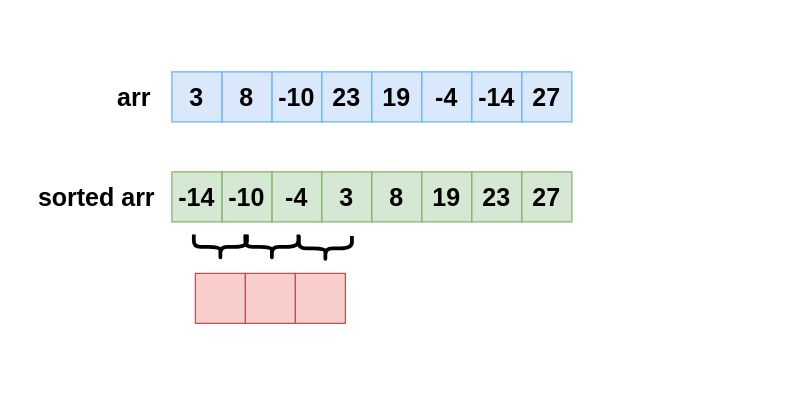
Above: page "3pass_1" (1 of 18) of 1200.drawio in bakerston/Algorithm (draw.io), before the change. Source tidied: cells renumbered, new cells numbered last; positions are measured from the earlier drawing's top-left corner, leaving out a move shared by most shapes. Both pictures are drawn from the tidied source at 125%, with x=0, y=0 at pixel (34, 71).
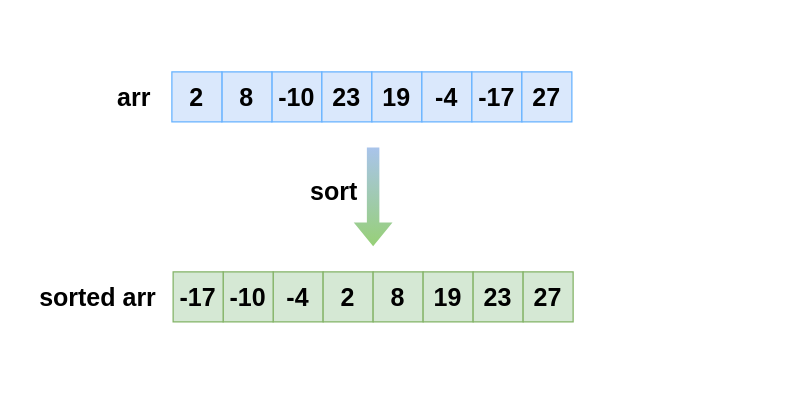
After the change.

The edit, as a diff of the source:
```diff
@@
+    <mxCell id="42" style="rounded=0;whiteSpace=wrap;html=1;dashed=1;labelBackgroundColor=#B9E0A5;fontSize=20;strokeColor=none;" parent="1" vertex="1">
+      <mxGeometry x="-10" y="-40" width="600" height="300" as="geometry" />
+    </mxCell>
@@
-    <mxCell id="8" value="&lt;b&gt;&lt;font style=&quot;font-size: 20px&quot;&gt;3&lt;/font&gt;&lt;/b&gt;" style="text;html=1;strokeColor=none;fillColor=none;align=center;verticalAlign=middle;whiteSpace=wrap;rounded=0;" parent="1" vertex="1">
+    <mxCell id="8" value="&lt;b&gt;&lt;font style=&quot;font-size: 20px&quot;&gt;2&lt;/font&gt;&lt;/b&gt;" style="text;html=1;strokeColor=none;fillColor=none;align=center;verticalAlign=middle;whiteSpace=wrap;rounded=0;" parent="1" vertex="1">
       <mxGeometry x="100" y="5" width="60" height="30" as="geometry" />
     </mxCell>
@@
-    <mxCell id="16" value="&lt;b&gt;&lt;font style=&quot;font-size: 20px&quot;&gt;-14&lt;/font&gt;&lt;/b&gt;" style="text;html=1;strokeColor=none;fillColor=none;align=center;verticalAlign=middle;whiteSpace=wrap;rounded=0;" parent="1" vertex="1">
+    <mxCell id="16" value="&lt;b&gt;&lt;font style=&quot;font-size: 20px&quot;&gt;-17&lt;/font&gt;&lt;/b&gt;" style="text;html=1;strokeColor=none;fillColor=none;align=center;verticalAlign=middle;whiteSpace=wrap;rounded=0;" parent="1" vertex="1">
       <mxGeometry x="340" y="5" width="60" height="30" as="geometry" />
     </mxCell>
@@
     <mxCell id="18" style="rounded=0;whiteSpace=wrap;html=1;strokeColor=#82b366;fillColor=#d5e8d4;" parent="1" vertex="1">
-      <mxGeometry x="190" y="80" width="40" height="40" as="geometry" />
+      <mxGeometry x="191" y="160" width="40" height="40" as="geometry" />
     </mxCell>
     <mxCell id="19" style="rounded=0;whiteSpace=wrap;html=1;fillColor=#d5e8d4;strokeColor=#82b366;" parent="1" vertex="1">
-      <mxGeometry x="150" y="80" width="40" height="40" as="geometry" />
+      <mxGeometry x="151" y="160" width="40" height="40" as="geometry" />
     </mxCell>
     <mxCell id="20" style="rounded=0;whiteSpace=wrap;html=1;fillColor=#d5e8d4;strokeColor=#82b366;" parent="1" vertex="1">
-      <mxGeometry x="110" y="80" width="40" height="40" as="geometry" />
+      <mxGeometry x="111" y="160" width="40" height="40" as="geometry" />
     </mxCell>
     <mxCell id="21" style="rounded=0;whiteSpace=wrap;html=1;strokeColor=#82b366;fillColor=#d5e8d4;" parent="1" vertex="1">
-      <mxGeometry x="230" y="80" width="40" height="40" as="geometry" />
+      <mxGeometry x="231" y="160" width="40" height="40" as="geometry" />
     </mxCell>
     <mxCell id="22" style="rounded=0;whiteSpace=wrap;html=1;strokeColor=#82b366;fillColor=#d5e8d4;" parent="1" vertex="1">
-      <mxGeometry x="270" y="80" width="40" height="40" as="geometry" />
+      <mxGeometry x="271" y="160" width="40" height="40" as="geometry" />
     </mxCell>
     <mxCell id="23" style="rounded=0;whiteSpace=wrap;html=1;strokeColor=#82b366;fillColor=#d5e8d4;" parent="1" vertex="1">
-      <mxGeometry x="310" y="80" width="40" height="40" as="geometry" />
+      <mxGeometry x="311" y="160" width="40" height="40" as="geometry" />
     </mxCell>
-    <mxCell id="24" value="&lt;b&gt;&lt;font style=&quot;font-size: 20px&quot;&gt;-14&lt;/font&gt;&lt;/b&gt;" style="text;html=1;strokeColor=none;fillColor=none;align=center;verticalAlign=middle;whiteSpace=wrap;rounded=0;" parent="1" vertex="1">
-      <mxGeometry x="100" y="85" width="60" height="30" as="geometry" />
+    <mxCell id="24" value="&lt;b&gt;&lt;font style=&quot;font-size: 20px&quot;&gt;-17&lt;/font&gt;&lt;/b&gt;" style="text;html=1;strokeColor=none;fillColor=none;align=center;verticalAlign=middle;whiteSpace=wrap;rounded=0;" parent="1" vertex="1">
+      <mxGeometry x="101" y="165" width="60" height="30" as="geometry" />
     </mxCell>
     <mxCell id="25" style="rounded=0;whiteSpace=wrap;html=1;strokeColor=#82b366;fillColor=#d5e8d4;" parent="1" vertex="1">
-      <mxGeometry x="350" y="80" width="40" height="40" as="geometry" />
+      <mxGeometry x="351" y="160" width="40" height="40" as="geometry" />
     </mxCell>
     <mxCell id="26" style="rounded=0;whiteSpace=wrap;html=1;strokeColor=#82b366;fillColor=#d5e8d4;" parent="1" vertex="1">
-      <mxGeometry x="390" y="80" width="40" height="40" as="geometry" />
+      <mxGeometry x="391" y="160" width="40" height="40" as="geometry" />
     </mxCell>
     <mxCell id="27" value="&lt;b&gt;&lt;font style=&quot;font-size: 20px&quot;&gt;-10&lt;/font&gt;&lt;/b&gt;" style="text;html=1;strokeColor=none;fillColor=none;align=center;verticalAlign=middle;whiteSpace=wrap;rounded=0;" parent="1" vertex="1">
-      <mxGeometry x="140" y="85" width="60" height="30" as="geometry" />
+      <mxGeometry x="141" y="165" width="60" height="30" as="geometry" />
     </mxCell>
     <mxCell id="28" value="&lt;b&gt;&lt;font style=&quot;font-size: 20px&quot;&gt;-4&lt;/font&gt;&lt;/b&gt;" style="text;html=1;strokeColor=none;fillColor=none;align=center;verticalAlign=middle;whiteSpace=wrap;rounded=0;" parent="1" vertex="1">
-      <mxGeometry x="180" y="85" width="60" height="30" as="geometry" />
+      <mxGeometry x="181" y="165" width="60" height="30" as="geometry" />
     </mxCell>
-    <mxCell id="29" value="&lt;b&gt;&lt;font style=&quot;font-size: 20px&quot;&gt;3&lt;/font&gt;&lt;/b&gt;" style="text;html=1;strokeColor=none;fillColor=none;align=center;verticalAlign=middle;whiteSpace=wrap;rounded=0;" parent="1" vertex="1">
-      <mxGeometry x="220" y="85" width="60" height="30" as="geometry" />
+    <mxCell id="29" value="&lt;b&gt;&lt;font style=&quot;font-size: 20px&quot;&gt;2&lt;/font&gt;&lt;/b&gt;" style="text;html=1;strokeColor=none;fillColor=none;align=center;verticalAlign=middle;whiteSpace=wrap;rounded=0;" parent="1" vertex="1">
+      <mxGeometry x="221" y="165" width="60" height="30" as="geometry" />
     </mxCell>
     <mxCell id="30" value="&lt;b&gt;&lt;font style=&quot;font-size: 20px&quot;&gt;8&lt;/font&gt;&lt;/b&gt;" style="text;html=1;strokeColor=none;fillColor=none;align=center;verticalAlign=middle;whiteSpace=wrap;rounded=0;" parent="1" vertex="1">
-      <mxGeometry x="260" y="85" width="60" height="30" as="geometry" />
+      <mxGeometry x="261" y="165" width="60" height="30" as="geometry" />
     </mxCell>
     <mxCell id="31" value="&lt;b&gt;&lt;font style=&quot;font-size: 20px&quot;&gt;19&lt;/font&gt;&lt;/b&gt;" style="text;html=1;strokeColor=none;fillColor=none;align=center;verticalAlign=middle;whiteSpace=wrap;rounded=0;" parent="1" vertex="1">
-      <mxGeometry x="300" y="85" width="60" height="30" as="geometry" />
+      <mxGeometry x="301" y="165" width="60" height="30" as="geometry" />
     </mxCell>
     <mxCell id="32" value="&lt;b&gt;&lt;font style=&quot;font-size: 20px&quot;&gt;23&lt;/font&gt;&lt;/b&gt;" style="text;html=1;strokeColor=none;fillColor=none;align=center;verticalAlign=middle;whiteSpace=wrap;rounded=0;" parent="1" vertex="1">
-      <mxGeometry x="340" y="85" width="60" height="30" as="geometry" />
+      <mxGeometry x="341" y="165" width="60" height="30" as="geometry" />
     </mxCell>
     <mxCell id="33" value="&lt;b&gt;&lt;font style=&quot;font-size: 20px&quot;&gt;27&lt;/font&gt;&lt;/b&gt;" style="text;html=1;strokeColor=none;fillColor=none;align=center;verticalAlign=middle;whiteSpace=wrap;rounded=0;" parent="1" vertex="1">
-      <mxGeometry x="380" y="85" width="60" height="30" as="geometry" />
+      <mxGeometry x="381" y="165" width="60" height="30" as="geometry" />
     </mxCell>
-    <mxCell id="34" style="shape=curlyBracket;whiteSpace=wrap;html=1;rounded=1;flipH=1;fontSize=20;strokeColor=#000000;fillColor=#CCCCCC;rotation=90;strokeWidth=3;" parent="1" vertex="1">
-      <mxGeometry x="138.8" y="118.8" width="20" height="42.5" as="geometry" />
-    </mxCell>
@@
     <mxCell id="36" value="&lt;b&gt;sorted arr&lt;/b&gt;" style="text;html=1;strokeColor=none;fillColor=none;align=center;verticalAlign=middle;whiteSpace=wrap;rounded=0;fontSize=20;" parent="1" vertex="1">
-      <mxGeometry y="85" width="100" height="30" as="geometry" />
+      <mxGeometry x="1" y="165" width="100" height="30" as="geometry" />
     </mxCell>
-    <mxCell id="37" style="rounded=0;whiteSpace=wrap;html=1;strokeColor=#b85450;fillColor=#f8cecc;" parent="1" vertex="1">
-      <mxGeometry x="128.8" y="161.2" width="40" height="40" as="geometry" />
-    </mxCell>
-    <mxCell id="38" style="rounded=0;whiteSpace=wrap;html=1;strokeColor=#b85450;fillColor=#f8cecc;" parent="1" vertex="1">
-      <mxGeometry x="168.8" y="161.2" width="40" height="40" as="geometry" />
-    </mxCell>
-    <mxCell id="39" style="rounded=0;whiteSpace=wrap;html=1;strokeColor=#b85450;fillColor=#f8cecc;" parent="1" vertex="1">
-      <mxGeometry x="208.8" y="161.2" width="40" height="40" as="geometry" />
-    </mxCell>
-    <mxCell id="40" style="shape=curlyBracket;whiteSpace=wrap;html=1;rounded=1;flipH=1;fontSize=20;strokeColor=#000000;fillColor=#CCCCCC;rotation=90;strokeWidth=3;" parent="1" vertex="1">
-      <mxGeometry x="180" y="118.8" width="20" height="42.5" as="geometry" />
-    </mxCell>
-    <mxCell id="41" style="shape=curlyBracket;whiteSpace=wrap;html=1;rounded=1;flipH=1;fontSize=20;strokeColor=#000000;fillColor=#CCCCCC;rotation=90;strokeWidth=3;" parent="1" vertex="1">
-      <mxGeometry x="222.8" y="120" width="20" height="42.5" as="geometry" />
-    </mxCell>
+    <mxCell id="43" style="shape=flexArrow;endArrow=classic;html=1;rounded=0;edgeStyle=orthogonalEdgeStyle;fillColor=#A9C4EB;strokeColor=none;gradientColor=#97d077;" parent="1" edge="1">
+      <mxGeometry relative="1" as="geometry">
+        <mxPoint x="271" y="60" as="sourcePoint" />
+        <mxPoint x="271" y="140" as="targetPoint" />
+      </mxGeometry>
+    </mxCell>
+    <mxCell id="44" value="&lt;b&gt;&lt;font style=&quot;font-size: 20px&quot;&gt;sort&lt;/font&gt;&lt;/b&gt;" style="text;html=1;strokeColor=none;fillColor=none;align=center;verticalAlign=middle;whiteSpace=wrap;rounded=0;" parent="1" vertex="1">
+      <mxGeometry x="210" y="80" width="60" height="30" as="geometry" />
+    </mxCell>
```
